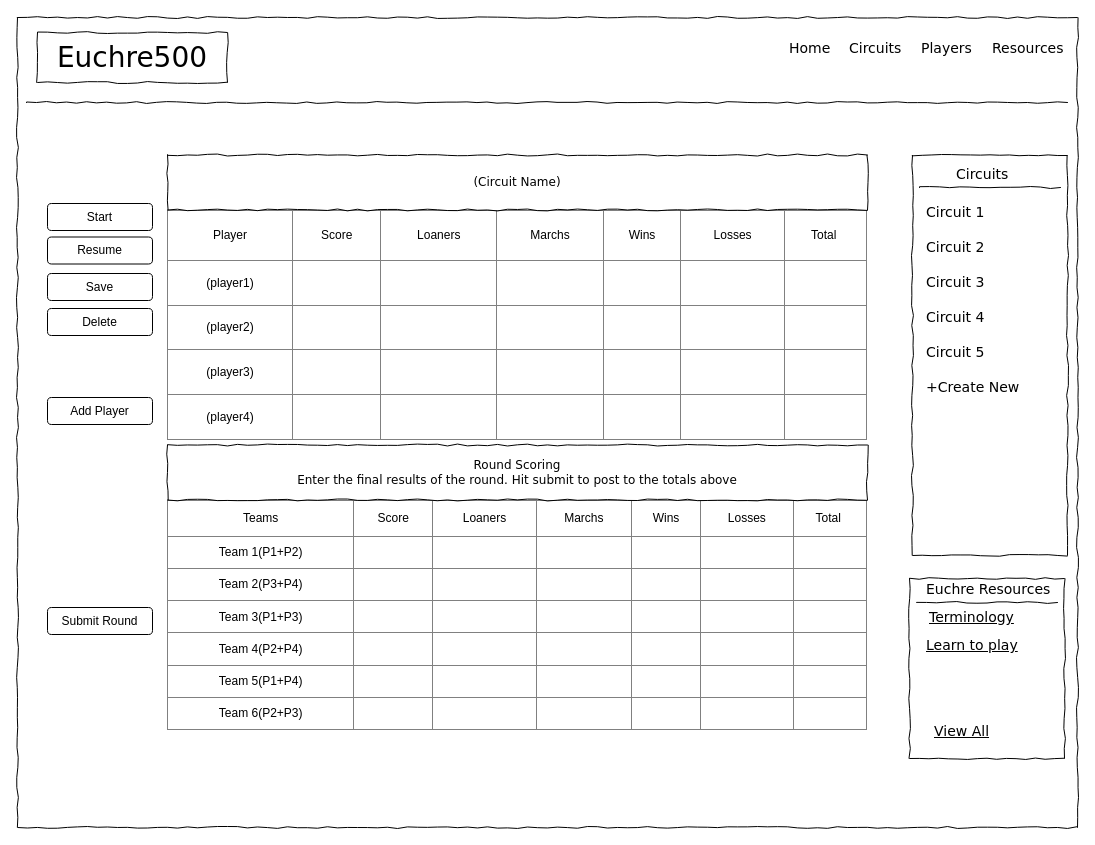
This is project-ref-files/Euchre500-Circuit-Wireframe.drawio from sageguy09/Euchre500, a draw.io file, before an edit. Source tidied: cells renumbered, new cells numbered last; positions are measured from the earlier drawing's top-left corner, leaving out a move shared by most shapes. Both pictures are drawn from the tidied source at 100%, with x=0, y=0 at pixel (17, 17).
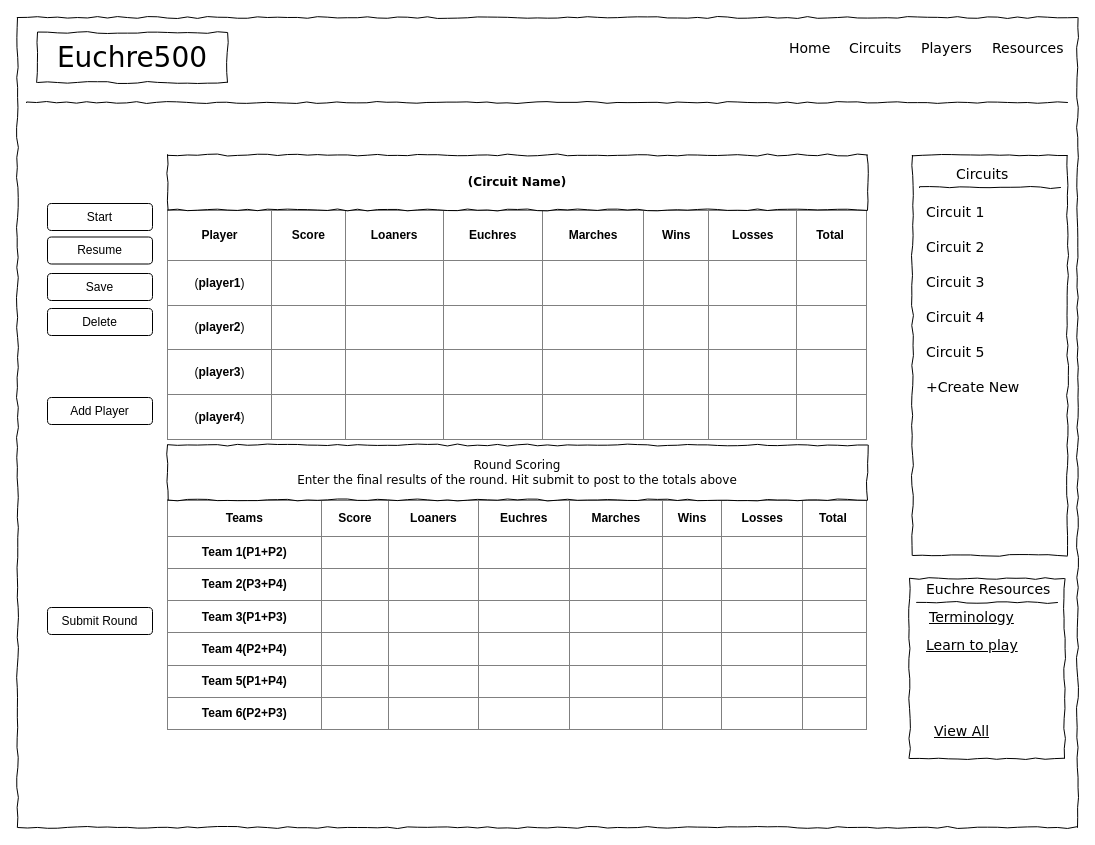
The same page after the edit.

Commit message:
updated circuits wireframe to include Euchres column. increased font weight on fields

What changed in the source:
```diff
@@
-    <mxCell id="8" value="&lt;table border=&quot;1&quot; width=&quot;100%&quot; style=&quot;width: 100% ; height: 100% ; border-collapse: collapse&quot; cellpadding=&quot;3&quot;&gt;&lt;tbody&gt;&lt;tr&gt;&lt;td align=&quot;center&quot;&gt;Player&lt;/td&gt;&lt;td align=&quot;center&quot;&gt;Score&lt;/td&gt;&lt;td align=&quot;center&quot;&gt;Loaners&lt;/td&gt;&lt;td style=&quot;text-align: center&quot;&gt;Marchs&lt;/td&gt;&lt;td style=&quot;text-align: center&quot;&gt;Wins&lt;/td&gt;&lt;td style=&quot;text-align: center&quot;&gt;Losses&lt;/td&gt;&lt;td style=&quot;text-align: center ; line-height: 140%&quot;&gt;Total&amp;nbsp;&lt;/td&gt;&lt;/tr&gt;&lt;tr&gt;&lt;td style=&quot;text-align: center&quot;&gt;(player1)&lt;/td&gt;&lt;td style=&quot;text-align: center&quot;&gt;&lt;br&gt;&lt;/td&gt;&lt;td style=&quot;text-align: center&quot;&gt;&lt;br&gt;&lt;/td&gt;&lt;td style=&quot;text-align: center&quot;&gt;&lt;br&gt;&lt;/td&gt;&lt;td style=&quot;text-align: center&quot;&gt;&lt;br&gt;&lt;/td&gt;&lt;td style=&quot;text-align: center&quot;&gt;&lt;br&gt;&lt;/td&gt;&lt;td style=&quot;text-align: center&quot;&gt;&lt;br&gt;&lt;/td&gt;&lt;/tr&gt;&lt;tr&gt;&lt;td style=&quot;text-align: center&quot;&gt;(player2)&lt;br&gt;&lt;/td&gt;&lt;td style=&quot;text-align: center&quot;&gt;&lt;br&gt;&lt;/td&gt;&lt;td style=&quot;text-align: center&quot;&gt;&lt;br&gt;&lt;/td&gt;&lt;td style=&quot;text-align: center&quot;&gt;&lt;br&gt;&lt;/td&gt;&lt;td style=&quot;text-align: center&quot;&gt;&lt;br&gt;&lt;/td&gt;&lt;td style=&quot;text-align: center&quot;&gt;&lt;br&gt;&lt;/td&gt;&lt;td style=&quot;text-align: center&quot;&gt;&lt;br&gt;&lt;/td&gt;&lt;/tr&gt;&lt;tr&gt;&lt;td style=&quot;text-align: center&quot;&gt;(player3)&lt;br&gt;&lt;/td&gt;&lt;td style=&quot;text-align: center&quot;&gt;&lt;br&gt;&lt;/td&gt;&lt;td style=&quot;text-align: center&quot;&gt;&lt;br&gt;&lt;/td&gt;&lt;td style=&quot;text-align: center&quot;&gt;&lt;br&gt;&lt;/td&gt;&lt;td style=&quot;text-align: center&quot;&gt;&lt;br&gt;&lt;/td&gt;&lt;td style=&quot;text-align: center&quot;&gt;&lt;br&gt;&lt;/td&gt;&lt;td style=&quot;text-align: center&quot;&gt;&lt;br&gt;&lt;/td&gt;&lt;/tr&gt;&lt;tr&gt;&lt;td align=&quot;center&quot;&gt;(player4)&lt;/td&gt;&lt;td align=&quot;center&quot;&gt;&lt;br&gt;&lt;/td&gt;&lt;td align=&quot;center&quot;&gt;&lt;br&gt;&lt;/td&gt;&lt;td style=&quot;text-align: center&quot;&gt;&lt;br&gt;&lt;/td&gt;&lt;td style=&quot;text-align: center&quot;&gt;&lt;br&gt;&lt;/td&gt;&lt;td style=&quot;text-align: center&quot;&gt;&lt;br&gt;&lt;/td&gt;&lt;td style=&quot;text-align: center&quot;&gt;&lt;br&gt;&lt;/td&gt;&lt;/tr&gt;&lt;/tbody&gt;&lt;/table&gt;" style="text;html=1;strokeColor=none;fillColor=none;overflow=fill;" parent="1" vertex="1">
+    <mxCell id="8" value="&lt;table border=&quot;1&quot; width=&quot;100%&quot; style=&quot;width: 100% ; height: 100% ; border-collapse: collapse&quot; cellpadding=&quot;3&quot;&gt;&lt;tbody&gt;&lt;tr&gt;&lt;td align=&quot;center&quot;&gt;&lt;b&gt;Player&lt;/b&gt;&lt;/td&gt;&lt;td align=&quot;center&quot;&gt;&lt;b&gt;Score&lt;/b&gt;&lt;/td&gt;&lt;td align=&quot;center&quot;&gt;&lt;b&gt;Loaners&lt;/b&gt;&lt;/td&gt;&lt;td style=&quot;text-align: center&quot;&gt;&lt;b&gt;Euchres&lt;/b&gt;&lt;/td&gt;&lt;td style=&quot;text-align: center&quot;&gt;&lt;b&gt;Marches&lt;/b&gt;&lt;/td&gt;&lt;td style=&quot;text-align: center&quot;&gt;&lt;b&gt;Wins&lt;/b&gt;&lt;/td&gt;&lt;td style=&quot;text-align: center&quot;&gt;&lt;b&gt;Losses&lt;/b&gt;&lt;/td&gt;&lt;td style=&quot;text-align: center ; line-height: 140%&quot;&gt;&lt;b&gt;Total&lt;/b&gt;&amp;nbsp;&lt;/td&gt;&lt;/tr&gt;&lt;tr&gt;&lt;td style=&quot;text-align: center&quot;&gt;(&lt;b&gt;player1&lt;/b&gt;)&lt;/td&gt;&lt;td style=&quot;text-align: center&quot;&gt;&lt;br&gt;&lt;/td&gt;&lt;td style=&quot;text-align: center&quot;&gt;&lt;br&gt;&lt;/td&gt;&lt;td&gt;&lt;br&gt;&lt;/td&gt;&lt;td style=&quot;text-align: center&quot;&gt;&lt;br&gt;&lt;/td&gt;&lt;td style=&quot;text-align: center&quot;&gt;&lt;br&gt;&lt;/td&gt;&lt;td style=&quot;text-align: center&quot;&gt;&lt;br&gt;&lt;/td&gt;&lt;td style=&quot;text-align: center&quot;&gt;&lt;br&gt;&lt;/td&gt;&lt;/tr&gt;&lt;tr&gt;&lt;td style=&quot;text-align: center&quot;&gt;(&lt;b&gt;player2&lt;/b&gt;)&lt;br&gt;&lt;/td&gt;&lt;td style=&quot;text-align: center&quot;&gt;&lt;br&gt;&lt;/td&gt;&lt;td style=&quot;text-align: center&quot;&gt;&lt;br&gt;&lt;/td&gt;&lt;td&gt;&lt;br&gt;&lt;/td&gt;&lt;td style=&quot;text-align: center&quot;&gt;&lt;br&gt;&lt;/td&gt;&lt;td style=&quot;text-align: center&quot;&gt;&lt;br&gt;&lt;/td&gt;&lt;td style=&quot;text-align: center&quot;&gt;&lt;br&gt;&lt;/td&gt;&lt;td style=&quot;text-align: center&quot;&gt;&lt;br&gt;&lt;/td&gt;&lt;/tr&gt;&lt;tr&gt;&lt;td style=&quot;text-align: center&quot;&gt;(&lt;b&gt;player3&lt;/b&gt;)&lt;br&gt;&lt;/td&gt;&lt;td style=&quot;text-align: center&quot;&gt;&lt;br&gt;&lt;/td&gt;&lt;td style=&quot;text-align: center&quot;&gt;&lt;br&gt;&lt;/td&gt;&lt;td&gt;&lt;br&gt;&lt;/td&gt;&lt;td style=&quot;text-align: center&quot;&gt;&lt;br&gt;&lt;/td&gt;&lt;td style=&quot;text-align: center&quot;&gt;&lt;br&gt;&lt;/td&gt;&lt;td style=&quot;text-align: center&quot;&gt;&lt;br&gt;&lt;/td&gt;&lt;td style=&quot;text-align: center&quot;&gt;&lt;br&gt;&lt;/td&gt;&lt;/tr&gt;&lt;tr&gt;&lt;td align=&quot;center&quot;&gt;(&lt;b&gt;player4&lt;/b&gt;)&lt;/td&gt;&lt;td align=&quot;center&quot;&gt;&lt;br&gt;&lt;/td&gt;&lt;td align=&quot;center&quot;&gt;&lt;br&gt;&lt;/td&gt;&lt;td&gt;&lt;br&gt;&lt;/td&gt;&lt;td style=&quot;text-align: center&quot;&gt;&lt;br&gt;&lt;/td&gt;&lt;td style=&quot;text-align: center&quot;&gt;&lt;br&gt;&lt;/td&gt;&lt;td style=&quot;text-align: center&quot;&gt;&lt;br&gt;&lt;/td&gt;&lt;td style=&quot;text-align: center&quot;&gt;&lt;br&gt;&lt;/td&gt;&lt;/tr&gt;&lt;/tbody&gt;&lt;/table&gt;" style="text;html=1;strokeColor=none;fillColor=none;overflow=fill;" parent="1" vertex="1">
       <mxGeometry x="150" y="192.5" width="700" height="230" as="geometry" />
     </mxCell>
-    <mxCell id="9" value="&lt;table border=&quot;1&quot; width=&quot;100%&quot; style=&quot;width: 100% ; height: 100% ; border-collapse: collapse&quot; cellpadding=&quot;3&quot;&gt;&lt;tbody&gt;&lt;tr&gt;&lt;td&gt;Teams&lt;/td&gt;&lt;td&gt;Score&lt;/td&gt;&lt;td&gt;Loaners&lt;/td&gt;&lt;td&gt;Marchs&lt;/td&gt;&lt;td&gt;Wins&lt;/td&gt;&lt;td&gt;Losses&lt;/td&gt;&lt;td style=&quot;line-height: 140%&quot;&gt;Total&amp;nbsp;&lt;/td&gt;&lt;/tr&gt;&lt;tr&gt;&lt;td&gt;Team 1(P1+P2)&lt;/td&gt;&lt;td&gt;&lt;br&gt;&lt;/td&gt;&lt;td&gt;&lt;br&gt;&lt;/td&gt;&lt;td&gt;&lt;br&gt;&lt;/td&gt;&lt;td&gt;&lt;br&gt;&lt;/td&gt;&lt;td&gt;&lt;br&gt;&lt;/td&gt;&lt;td&gt;&lt;br&gt;&lt;/td&gt;&lt;/tr&gt;&lt;tr&gt;&lt;td&gt;Team 2(P3+P4)&lt;br&gt;&lt;/td&gt;&lt;td&gt;&lt;br&gt;&lt;/td&gt;&lt;td&gt;&lt;br&gt;&lt;/td&gt;&lt;td&gt;&lt;br&gt;&lt;/td&gt;&lt;td&gt;&lt;br&gt;&lt;/td&gt;&lt;td&gt;&lt;br&gt;&lt;/td&gt;&lt;td&gt;&lt;br&gt;&lt;/td&gt;&lt;/tr&gt;&lt;tr&gt;&lt;td&gt;Team 3(P1+P3)&lt;br&gt;&lt;/td&gt;&lt;td&gt;&lt;br&gt;&lt;/td&gt;&lt;td&gt;&lt;br&gt;&lt;/td&gt;&lt;td&gt;&lt;br&gt;&lt;/td&gt;&lt;td&gt;&lt;br&gt;&lt;/td&gt;&lt;td&gt;&lt;br&gt;&lt;/td&gt;&lt;td&gt;&lt;br&gt;&lt;/td&gt;&lt;/tr&gt;&lt;tr&gt;&lt;td&gt;Team 4(P2+P4)&lt;br&gt;&lt;/td&gt;&lt;td&gt;&lt;br&gt;&lt;/td&gt;&lt;td&gt;&lt;br&gt;&lt;/td&gt;&lt;td&gt;&lt;br&gt;&lt;/td&gt;&lt;td&gt;&lt;br&gt;&lt;/td&gt;&lt;td&gt;&lt;br&gt;&lt;/td&gt;&lt;td&gt;&lt;br&gt;&lt;/td&gt;&lt;/tr&gt;&lt;tr&gt;&lt;td&gt;&lt;span&gt;Team 5(P1+P4)&lt;/span&gt;&lt;br&gt;&lt;/td&gt;&lt;td&gt;&lt;br&gt;&lt;/td&gt;&lt;td&gt;&lt;br&gt;&lt;/td&gt;&lt;td&gt;&lt;br&gt;&lt;/td&gt;&lt;td&gt;&lt;br&gt;&lt;/td&gt;&lt;td&gt;&lt;br&gt;&lt;/td&gt;&lt;td&gt;&lt;br&gt;&lt;/td&gt;&lt;/tr&gt;&lt;tr&gt;&lt;td&gt;&lt;span&gt;Team 6(P2+P3)&lt;/span&gt;&lt;br&gt;&lt;/td&gt;&lt;td&gt;&lt;br&gt;&lt;/td&gt;&lt;td&gt;&lt;br&gt;&lt;/td&gt;&lt;td&gt;&lt;br&gt;&lt;/td&gt;&lt;td&gt;&lt;br&gt;&lt;/td&gt;&lt;td&gt;&lt;br&gt;&lt;/td&gt;&lt;td&gt;&lt;br&gt;&lt;/td&gt;&lt;/tr&gt;&lt;/tbody&gt;&lt;/table&gt;" style="text;html=1;strokeColor=none;fillColor=none;overflow=fill;align=center;" parent="1" vertex="1">
+    <mxCell id="9" value="&lt;table border=&quot;1&quot; width=&quot;100%&quot; style=&quot;width: 100% ; height: 100% ; border-collapse: collapse&quot; cellpadding=&quot;3&quot;&gt;&lt;tbody&gt;&lt;tr&gt;&lt;td&gt;&lt;b&gt;Teams&lt;/b&gt;&lt;/td&gt;&lt;td&gt;&lt;b&gt;Score&lt;/b&gt;&lt;/td&gt;&lt;td&gt;&lt;b&gt;Loaners&lt;/b&gt;&lt;/td&gt;&lt;td&gt;&lt;b&gt;Euchres&lt;/b&gt;&lt;/td&gt;&lt;td&gt;&lt;b&gt;Marches&lt;/b&gt;&lt;/td&gt;&lt;td&gt;&lt;b&gt;Wins&lt;/b&gt;&lt;/td&gt;&lt;td&gt;&lt;b&gt;Losses&lt;/b&gt;&lt;/td&gt;&lt;td style=&quot;line-height: 140%&quot;&gt;&lt;b&gt;Total&lt;/b&gt;&amp;nbsp;&lt;/td&gt;&lt;/tr&gt;&lt;tr&gt;&lt;td&gt;&lt;b&gt;Team 1(P1+P2)&lt;/b&gt;&lt;/td&gt;&lt;td&gt;&lt;br&gt;&lt;/td&gt;&lt;td&gt;&lt;br&gt;&lt;/td&gt;&lt;td&gt;&lt;br&gt;&lt;/td&gt;&lt;td&gt;&lt;br&gt;&lt;/td&gt;&lt;td&gt;&lt;br&gt;&lt;/td&gt;&lt;td&gt;&lt;br&gt;&lt;/td&gt;&lt;td&gt;&lt;br&gt;&lt;/td&gt;&lt;/tr&gt;&lt;tr&gt;&lt;td&gt;&lt;b&gt;Team 2(P3+P4)&lt;br&gt;&lt;/b&gt;&lt;/td&gt;&lt;td&gt;&lt;br&gt;&lt;/td&gt;&lt;td&gt;&lt;br&gt;&lt;/td&gt;&lt;td&gt;&lt;br&gt;&lt;/td&gt;&lt;td&gt;&lt;br&gt;&lt;/td&gt;&lt;td&gt;&lt;br&gt;&lt;/td&gt;&lt;td&gt;&lt;br&gt;&lt;/td&gt;&lt;td&gt;&lt;br&gt;&lt;/td&gt;&lt;/tr&gt;&lt;tr&gt;&lt;td&gt;&lt;b&gt;Team 3(P1+P3)&lt;br&gt;&lt;/b&gt;&lt;/td&gt;&lt;td&gt;&lt;br&gt;&lt;/td&gt;&lt;td&gt;&lt;br&gt;&lt;/td&gt;&lt;td&gt;&lt;br&gt;&lt;/td&gt;&lt;td&gt;&lt;br&gt;&lt;/td&gt;&lt;td&gt;&lt;br&gt;&lt;/td&gt;&lt;td&gt;&lt;br&gt;&lt;/td&gt;&lt;td&gt;&lt;br&gt;&lt;/td&gt;&lt;/tr&gt;&lt;tr&gt;&lt;td&gt;&lt;b&gt;Team 4(P2+P4)&lt;br&gt;&lt;/b&gt;&lt;/td&gt;&lt;td&gt;&lt;br&gt;&lt;/td&gt;&lt;td&gt;&lt;br&gt;&lt;/td&gt;&lt;td&gt;&lt;br&gt;&lt;/td&gt;&lt;td&gt;&lt;br&gt;&lt;/td&gt;&lt;td&gt;&lt;br&gt;&lt;/td&gt;&lt;td&gt;&lt;br&gt;&lt;/td&gt;&lt;td&gt;&lt;br&gt;&lt;/td&gt;&lt;/tr&gt;&lt;tr&gt;&lt;td&gt;&lt;b&gt;&lt;span&gt;Team 5(P1+P4)&lt;/span&gt;&lt;br&gt;&lt;/b&gt;&lt;/td&gt;&lt;td&gt;&lt;br&gt;&lt;/td&gt;&lt;td&gt;&lt;br&gt;&lt;/td&gt;&lt;td&gt;&lt;br&gt;&lt;/td&gt;&lt;td&gt;&lt;br&gt;&lt;/td&gt;&lt;td&gt;&lt;br&gt;&lt;/td&gt;&lt;td&gt;&lt;br&gt;&lt;/td&gt;&lt;td&gt;&lt;br&gt;&lt;/td&gt;&lt;/tr&gt;&lt;tr&gt;&lt;td&gt;&lt;b&gt;&lt;span&gt;Team 6(P2+P3)&lt;/span&gt;&lt;br&gt;&lt;/b&gt;&lt;/td&gt;&lt;td&gt;&lt;br&gt;&lt;/td&gt;&lt;td&gt;&lt;br&gt;&lt;/td&gt;&lt;td&gt;&lt;br&gt;&lt;/td&gt;&lt;td&gt;&lt;br&gt;&lt;/td&gt;&lt;td&gt;&lt;br&gt;&lt;/td&gt;&lt;td&gt;&lt;br&gt;&lt;/td&gt;&lt;td&gt;&lt;br&gt;&lt;/td&gt;&lt;/tr&gt;&lt;/tbody&gt;&lt;/table&gt;" style="text;html=1;strokeColor=none;fillColor=none;overflow=fill;align=center;" parent="1" vertex="1">
       <mxGeometry x="150" y="482.5" width="700" height="230" as="geometry" />
     </mxCell>
-    <mxCell id="10" value="(Circuit Name)" style="whiteSpace=wrap;html=1;rounded=0;shadow=0;labelBackgroundColor=none;strokeColor=#000000;strokeWidth=1;fillColor=none;fontFamily=Verdana;fontSize=12;fontColor=#000000;align=center;comic=1;" parent="1" vertex="1">
+    <mxCell id="10" value="&lt;b&gt;(Circuit Name)&lt;/b&gt;" style="whiteSpace=wrap;html=1;rounded=0;shadow=0;labelBackgroundColor=none;strokeColor=#000000;strokeWidth=1;fillColor=none;fontFamily=Verdana;fontSize=12;fontColor=#000000;align=center;comic=1;" parent="1" vertex="1">
       <mxGeometry x="150" y="137.5" width="700" height="55" as="geometry" />
     </mxCell>
```
